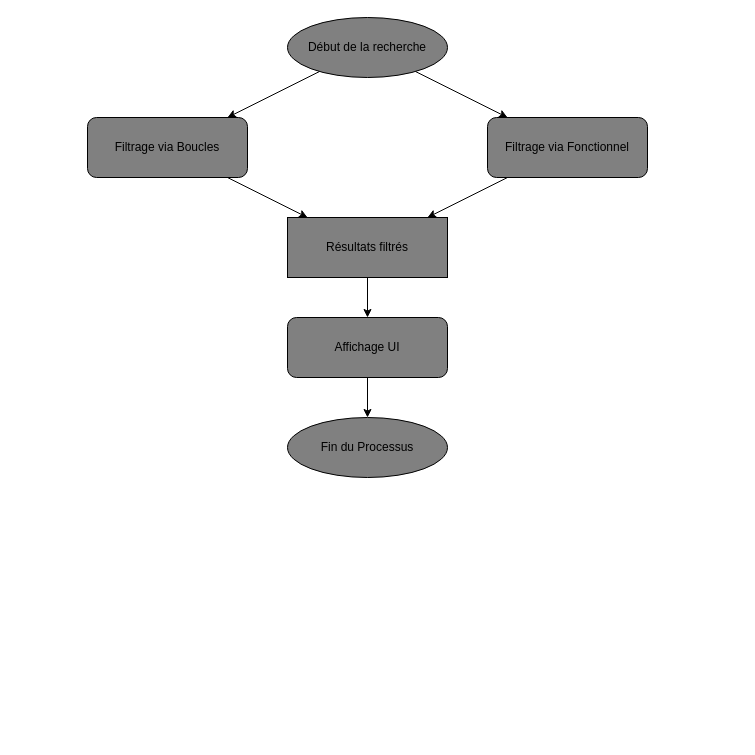
Above: search_comparison.drawio in Kanykachh/PetitsPlats2.0 (draw.io), before the change. Source tidied: cells renumbered, new cells numbered last; positions are measured from the earlier drawing's top-left corner, leaving out a move shared by most shapes. Both pictures are drawn from the tidied source at 100%, with x=0, y=0 at pixel (87, 17).
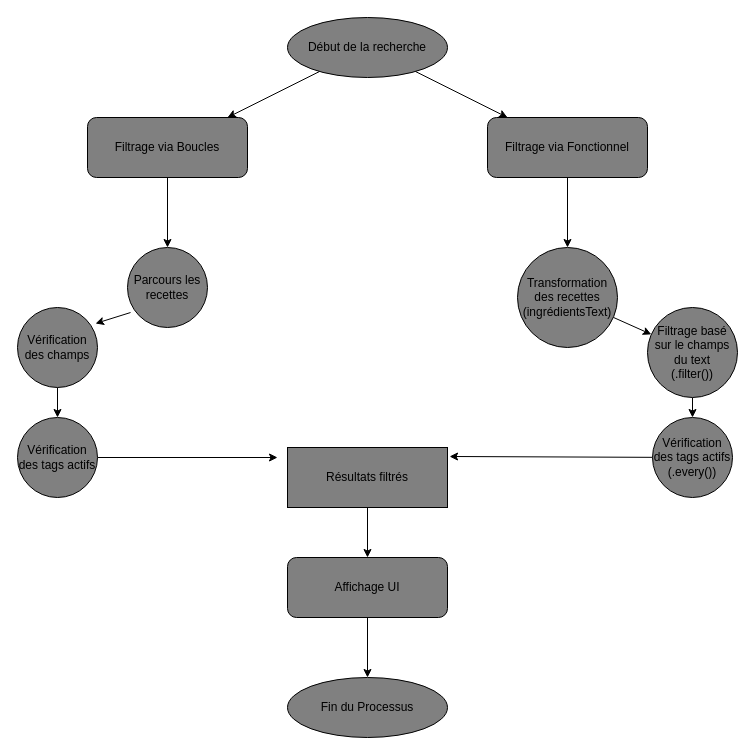
The same diagram, later.

Unchanged cells that the change refers to:
```xml
<mxCell id="3" value="Filtrage via Boucles" style="rounded=1;whiteSpace=wrap;html=1;fillColor=#808080;" parent="1" vertex="1">
  <mxGeometry y="100" width="160" height="60" as="geometry" />
</mxCell>
<mxCell id="4" value="Filtrage via Fonctionnel" style="rounded=1;whiteSpace=wrap;html=1;fillColor=#808080;" parent="1" vertex="1">
  <mxGeometry x="400" y="100" width="160" height="60" as="geometry" />
</mxCell>
```

Change to the diagram source:
```diff
@@
     <mxCell id="5" value="Résultats filtrés" style="parallelogram;whiteSpace=wrap;html=1;fillColor=#808080;" parent="1" vertex="1">
-      <mxGeometry x="200" y="200" width="160" height="60" as="geometry" />
+      <mxGeometry x="200" y="430" width="160" height="60" as="geometry" />
     </mxCell>
     <mxCell id="6" value="Affichage UI" style="rounded=1;whiteSpace=wrap;html=1;fillColor=#808080;" parent="1" vertex="1">
-      <mxGeometry x="200" y="300" width="160" height="60" as="geometry" />
+      <mxGeometry x="200" y="540" width="160" height="60" as="geometry" />
     </mxCell>
     <mxCell id="7" value="Fin du Processus" style="ellipse;whiteSpace=wrap;html=1;fillColor=gray;" parent="1" vertex="1">
-      <mxGeometry x="200" y="400" width="160" height="60" as="geometry" />
+      <mxGeometry x="200" y="660" width="160" height="60" as="geometry" />
     </mxCell>
@@
-    <mxCell id="10" parent="1" edge="1" source="3" target="5">
-      <mxGeometry relative="1" as="geometry" />
+    <mxCell id="10" parent="1" edge="1" source="3">
+      <mxGeometry relative="1" as="geometry">
+        <mxPoint x="80" y="230" as="targetPoint" />
+      </mxGeometry>
     </mxCell>
-    <mxCell id="11" parent="1" edge="1" source="4" target="5">
+    <mxCell id="11" style="entryX=0.5;entryY=0;entryDx=0;entryDy=0;" parent="1" edge="1" source="4" target="21">
       <mxGeometry relative="1" as="geometry" />
     </mxCell>
@@
+    <mxCell id="14" value="Parcours les recettes" style="ellipse;whiteSpace=wrap;html=1;fillColor=#808080;" parent="1" vertex="1">
+      <mxGeometry x="40" y="230" width="80" height="80" as="geometry" />
+    </mxCell>
+    <mxCell id="15" style="edgeStyle=none;html=1;" parent="1" edge="1" source="16" target="18">
+      <mxGeometry relative="1" as="geometry" />
+    </mxCell>
+    <mxCell id="16" value="Vérification des champs" style="ellipse;whiteSpace=wrap;html=1;fillColor=#808080;" parent="1" vertex="1">
+      <mxGeometry x="-70" y="290" width="80" height="80" as="geometry" />
+    </mxCell>
+    <mxCell id="17" style="edgeStyle=none;html=1;" parent="1" edge="1" source="18">
+      <mxGeometry relative="1" as="geometry">
+        <mxPoint x="190" y="440" as="targetPoint" />
+      </mxGeometry>
+    </mxCell>
+    <mxCell id="18" value="Vérification des tags actifs" style="ellipse;whiteSpace=wrap;html=1;fillColor=#808080;" parent="1" vertex="1">
+      <mxGeometry x="-70" y="400" width="80" height="80" as="geometry" />
+    </mxCell>
+    <mxCell id="19" style="edgeStyle=none;jettySize=auto;html=1;exitX=0.038;exitY=0.813;exitDx=0;exitDy=0;exitPerimeter=0;entryX=0.975;entryY=0.2;entryDx=0;entryDy=0;entryPerimeter=0;" parent="1" edge="1" source="14" target="16">
+      <mxGeometry relative="1" as="geometry" />
+    </mxCell>
+    <mxCell id="20" style="edgeStyle=none;html=1;" parent="1" edge="1" source="21" target="23">
+      <mxGeometry relative="1" as="geometry" />
+    </mxCell>
+    <mxCell id="21" value="Transformation des recettes&lt;br&gt;(ingrédientsText)" style="ellipse;whiteSpace=wrap;html=1;fillColor=#808080;" parent="1" vertex="1">
+      <mxGeometry x="430" y="230" width="100" height="100" as="geometry" />
+    </mxCell>
+    <mxCell id="22" style="edgeStyle=none;html=1;" parent="1" edge="1" source="23" target="25">
+      <mxGeometry relative="1" as="geometry" />
+    </mxCell>
+    <mxCell id="23" value="Filtrage basé sur le champs du text&lt;br&gt;(.filter())" style="ellipse;whiteSpace=wrap;html=1;fillColor=#808080;" parent="1" vertex="1">
+      <mxGeometry x="560" y="290" width="90" height="90" as="geometry" />
+    </mxCell>
+    <mxCell id="24" style="edgeStyle=none;html=1;entryX=1.013;entryY=0.15;entryDx=0;entryDy=0;entryPerimeter=0;" parent="1" edge="1" source="25" target="5">
+      <mxGeometry relative="1" as="geometry" />
+    </mxCell>
+    <mxCell id="25" value="Vérification des tags actifs&lt;br&gt;(.every())" style="ellipse;whiteSpace=wrap;html=1;fillColor=#808080;" parent="1" vertex="1">
+      <mxGeometry x="565" y="400" width="80" height="80" as="geometry" />
+    </mxCell>
```
